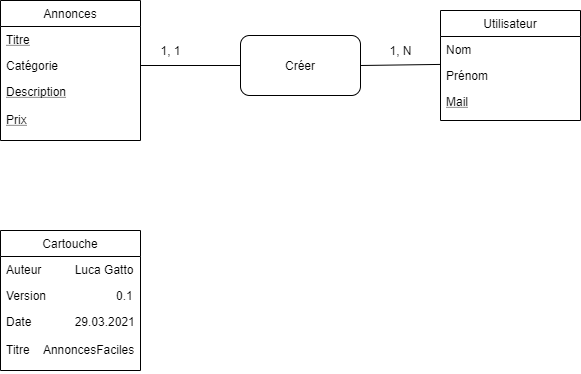
Earlier version of the draw.io export BSD/mcd annoncefaclie.png (Timrap/ProjetWeb_LGO_AGA_TRN). Source tidied: cells renumbered, new cells last; positions are measured from the earlier drawing's top-left corner, leaving out a move shared by most shapes. The source it was exported from:
```xml
<mxGraphModel>
  <root>
    <mxCell id="0" />
    <mxCell id="1" parent="0" />
    <mxCell id="2" value="Annonces" style="swimlane;fontStyle=0;horizontal=1;startSize=26;fillColor=none;" parent="1" vertex="1">
      <mxGeometry width="140" height="140" as="geometry" />
    </mxCell>
    <mxCell id="3" value="Titre" style="text;strokeColor=none;fillColor=none;align=left;verticalAlign=top;spacingLeft=4;spacingRight=4;overflow=hidden;fontStyle=4;" parent="2" vertex="1">
      <mxGeometry y="26" width="140" height="26" as="geometry" />
    </mxCell>
    <mxCell id="4" value="Catégorie" style="text;strokeColor=none;fillColor=none;align=left;verticalAlign=top;spacingLeft=4;spacingRight=4;overflow=hidden;points=[[0,0.5],[1,0.5]];portConstraint=eastwest;" parent="2" vertex="1">
      <mxGeometry y="52" width="140" height="26" as="geometry" />
    </mxCell>
    <mxCell id="5" value="Description&#10;&#10;Prix" style="text;strokeColor=none;fillColor=none;align=left;verticalAlign=top;spacingLeft=4;spacingRight=4;overflow=hidden;fontStyle=4;" parent="2" vertex="1">
      <mxGeometry y="78" width="140" height="62" as="geometry" />
    </mxCell>
    <mxCell id="6" value="Utilisateur" style="swimlane;fontStyle=0;horizontal=1;startSize=26;fillColor=none;" parent="1" vertex="1">
      <mxGeometry x="440" y="10" width="140" height="110" as="geometry" />
    </mxCell>
    <mxCell id="7" value="Nom" style="text;strokeColor=none;fillColor=none;align=left;verticalAlign=top;spacingLeft=4;spacingRight=4;overflow=hidden;points=[[0,0.5],[1,0.5]];portConstraint=eastwest;fontStyle=0;" parent="6" vertex="1">
      <mxGeometry y="26" width="140" height="26" as="geometry" />
    </mxCell>
    <mxCell id="8" value="Prénom" style="text;strokeColor=none;fillColor=none;align=left;verticalAlign=top;spacingLeft=4;spacingRight=4;overflow=hidden;" parent="6" vertex="1">
      <mxGeometry y="52" width="140" height="26" as="geometry" />
    </mxCell>
    <mxCell id="9" value="Mail&#10;&#10;" style="text;strokeColor=none;fillColor=none;align=left;verticalAlign=top;spacingLeft=4;spacingRight=4;overflow=hidden;fontStyle=4;" parent="6" vertex="1">
      <mxGeometry y="78" width="140" height="32" as="geometry" />
    </mxCell>
    <mxCell id="10" value="Créer" style="rounded=1;whiteSpace=wrap;html=1;" parent="1" vertex="1">
      <mxGeometry x="240" y="35" width="120" height="60" as="geometry" />
    </mxCell>
    <mxCell id="11" style="endArrow=none;html=1;entryX=1;entryY=0.5;entryDx=0;entryDy=0;exitX=0;exitY=0.5;exitDx=0;exitDy=0;" parent="1" edge="1" source="10" target="4">
      <mxGeometry relative="1" as="geometry" />
    </mxCell>
    <mxCell id="12" style="endArrow=none;html=1;entryX=1;entryY=0.5;entryDx=0;entryDy=0;exitX=0;exitY=1.074;exitDx=0;exitDy=0;exitPerimeter=0;" parent="1" edge="1" source="7" target="10">
      <mxGeometry relative="1" as="geometry" />
    </mxCell>
    <mxCell id="13" value="1, 1" style="text;html=1;align=center;verticalAlign=middle;" parent="1" vertex="1">
      <mxGeometry x="150" y="40" width="40" height="20" as="geometry" />
    </mxCell>
    <mxCell id="14" value="1, N" style="text;html=1;align=center;verticalAlign=middle;" parent="1" vertex="1">
      <mxGeometry x="380" y="40" width="40" height="20" as="geometry" />
    </mxCell>
    <mxCell id="15" value="Cartouche" style="swimlane;fontStyle=0;horizontal=1;startSize=26;fillColor=none;" parent="1" vertex="1">
      <mxGeometry y="230" width="140" height="140" as="geometry" />
    </mxCell>
    <mxCell id="16" value="Auteur          Luca Gatto" style="text;strokeColor=none;fillColor=none;align=left;verticalAlign=top;spacingLeft=4;spacingRight=4;overflow=hidden;fontStyle=0;" parent="15" vertex="1">
      <mxGeometry y="26" width="140" height="26" as="geometry" />
    </mxCell>
    <mxCell id="17" value="Version                     0.1" style="text;strokeColor=none;fillColor=none;align=left;verticalAlign=top;spacingLeft=4;spacingRight=4;overflow=hidden;" parent="15" vertex="1">
      <mxGeometry y="52" width="140" height="26" as="geometry" />
    </mxCell>
    <mxCell id="18" value="Date             29.03.2021&#10;&#10;Titre    AnnoncesFaciles" style="text;strokeColor=none;fillColor=none;align=left;verticalAlign=top;spacingLeft=4;spacingRight=4;overflow=hidden;fontStyle=0;" parent="15" vertex="1">
      <mxGeometry y="78" width="140" height="62" as="geometry" />
    </mxCell>
  </root>
</mxGraphModel>
```
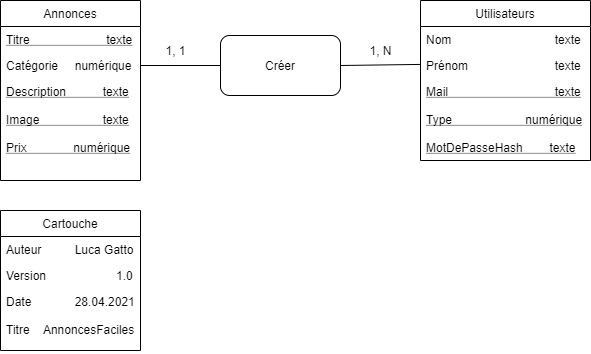
After the change.

Change to the diagram source:
```diff
@@ -3,55 +3,57 @@
     <mxCell id="0" />
     <mxCell id="1" parent="0" />
     <mxCell id="2" value="Annonces" style="swimlane;fontStyle=0;horizontal=1;startSize=26;fillColor=none;" parent="1" vertex="1">
-      <mxGeometry width="140" height="140" as="geometry" />
+      <mxGeometry x="20" width="140" height="180" as="geometry" />
     </mxCell>
-    <mxCell id="3" value="Titre" style="text;strokeColor=none;fillColor=none;align=left;verticalAlign=top;spacingLeft=4;spacingRight=4;overflow=hidden;fontStyle=4;" parent="2" vertex="1">
+    <mxCell id="3" value="Titre                       texte" style="text;strokeColor=none;fillColor=none;align=left;verticalAlign=top;spacingLeft=4;spacingRight=4;overflow=hidden;fontStyle=4;" parent="2" vertex="1">
       <mxGeometry y="26" width="140" height="26" as="geometry" />
     </mxCell>
-    <mxCell id="4" value="Catégorie" style="text;strokeColor=none;fillColor=none;align=left;verticalAlign=top;spacingLeft=4;spacingRight=4;overflow=hidden;points=[[0,0.5],[1,0.5]];portConstraint=eastwest;" parent="2" vertex="1">
+    <mxCell id="4" value="Catégorie     numérique" style="text;strokeColor=none;fillColor=none;align=left;verticalAlign=top;spacingLeft=4;spacingRight=4;overflow=hidden;points=[[0,0.5],[1,0.5]];portConstraint=eastwest;" parent="2" vertex="1">
       <mxGeometry y="52" width="140" height="26" as="geometry" />
     </mxCell>
-    <mxCell id="5" value="Description&#10;&#10;Prix" style="text;strokeColor=none;fillColor=none;align=left;verticalAlign=top;spacingLeft=4;spacingRight=4;overflow=hidden;fontStyle=4;" parent="2" vertex="1">
-      <mxGeometry y="78" width="140" height="62" as="geometry" />
+    <mxCell id="5" value="Description           texte&#10;&#10;Image                   texte&#10;&#10;Prix              numérique" style="text;strokeColor=none;fillColor=none;align=left;verticalAlign=top;spacingLeft=4;spacingRight=4;overflow=hidden;fontStyle=4;" parent="2" vertex="1">
+      <mxGeometry y="78" width="140" height="102" as="geometry" />
     </mxCell>
-    <mxCell id="6" value="Utilisateur" style="swimlane;fontStyle=0;horizontal=1;startSize=26;fillColor=none;" parent="1" vertex="1">
-      <mxGeometry x="440" y="10" width="140" height="110" as="geometry" />
-    </mxCell>
-    <mxCell id="7" value="Nom" style="text;strokeColor=none;fillColor=none;align=left;verticalAlign=top;spacingLeft=4;spacingRight=4;overflow=hidden;points=[[0,0.5],[1,0.5]];portConstraint=eastwest;fontStyle=0;" parent="6" vertex="1">
-      <mxGeometry y="26" width="140" height="26" as="geometry" />
-    </mxCell>
-    <mxCell id="8" value="Prénom" style="text;strokeColor=none;fillColor=none;align=left;verticalAlign=top;spacingLeft=4;spacingRight=4;overflow=hidden;" parent="6" vertex="1">
-      <mxGeometry y="52" width="140" height="26" as="geometry" />
-    </mxCell>
-    <mxCell id="9" value="Mail&#10;&#10;" style="text;strokeColor=none;fillColor=none;align=left;verticalAlign=top;spacingLeft=4;spacingRight=4;overflow=hidden;fontStyle=4;" parent="6" vertex="1">
-      <mxGeometry y="78" width="140" height="32" as="geometry" />
-    </mxCell>
     <mxCell id="10" value="Créer" style="rounded=1;whiteSpace=wrap;html=1;" parent="1" vertex="1">
       <mxGeometry x="240" y="35" width="120" height="60" as="geometry" />
     </mxCell>
     <mxCell id="11" style="endArrow=none;html=1;entryX=1;entryY=0.5;entryDx=0;entryDy=0;exitX=0;exitY=0.5;exitDx=0;exitDy=0;" parent="1" edge="1" source="10" target="4">
       <mxGeometry relative="1" as="geometry" />
     </mxCell>
-    <mxCell id="12" style="endArrow=none;html=1;entryX=1;entryY=0.5;entryDx=0;entryDy=0;exitX=0;exitY=1.074;exitDx=0;exitDy=0;exitPerimeter=0;" parent="1" edge="1" source="7" target="10">
-      <mxGeometry relative="1" as="geometry" />
+    <mxCell id="12" style="endArrow=none;html=1;entryX=1;entryY=0.5;entryDx=0;entryDy=0;exitX=0;exitY=1.074;exitDx=0;exitDy=0;exitPerimeter=0;" parent="1" edge="1" target="10">
+      <mxGeometry relative="1" as="geometry">
+        <mxPoint x="440" y="63.9" as="sourcePoint" />
+      </mxGeometry>
     </mxCell>
     <mxCell id="13" value="1, 1" style="text;html=1;align=center;verticalAlign=middle;" parent="1" vertex="1">
-      <mxGeometry x="150" y="40" width="40" height="20" as="geometry" />
+      <mxGeometry x="175" y="40" width="40" height="20" as="geometry" />
     </mxCell>
     <mxCell id="14" value="1, N" style="text;html=1;align=center;verticalAlign=middle;" parent="1" vertex="1">
       <mxGeometry x="380" y="40" width="40" height="20" as="geometry" />
     </mxCell>
     <mxCell id="15" value="Cartouche" style="swimlane;fontStyle=0;horizontal=1;startSize=26;fillColor=none;" parent="1" vertex="1">
-      <mxGeometry y="230" width="140" height="140" as="geometry" />
+      <mxGeometry x="20" y="210" width="140" height="140" as="geometry" />
     </mxCell>
     <mxCell id="16" value="Auteur          Luca Gatto" style="text;strokeColor=none;fillColor=none;align=left;verticalAlign=top;spacingLeft=4;spacingRight=4;overflow=hidden;fontStyle=0;" parent="15" vertex="1">
       <mxGeometry y="26" width="140" height="26" as="geometry" />
     </mxCell>
-    <mxCell id="17" value="Version                     0.1" style="text;strokeColor=none;fillColor=none;align=left;verticalAlign=top;spacingLeft=4;spacingRight=4;overflow=hidden;" parent="15" vertex="1">
+    <mxCell id="17" value="Version                     1.0" style="text;strokeColor=none;fillColor=none;align=left;verticalAlign=top;spacingLeft=4;spacingRight=4;overflow=hidden;" parent="15" vertex="1">
       <mxGeometry y="52" width="140" height="26" as="geometry" />
     </mxCell>
-    <mxCell id="18" value="Date             29.03.2021&#10;&#10;Titre    AnnoncesFaciles" style="text;strokeColor=none;fillColor=none;align=left;verticalAlign=top;spacingLeft=4;spacingRight=4;overflow=hidden;fontStyle=0;" parent="15" vertex="1">
+    <mxCell id="18" value="Date             28.04.2021&#10;&#10;Titre    AnnoncesFaciles" style="text;strokeColor=none;fillColor=none;align=left;verticalAlign=top;spacingLeft=4;spacingRight=4;overflow=hidden;fontStyle=0;" parent="15" vertex="1">
       <mxGeometry y="78" width="140" height="62" as="geometry" />
     </mxCell>
+    <mxCell id="19" value="Utilisateurs" style="swimlane;fontStyle=0;horizontal=1;startSize=26;fillColor=none;" parent="1" vertex="1">
+      <mxGeometry x="440" width="170" height="160" as="geometry" />
+    </mxCell>
+    <mxCell id="20" value="Nom                               texte" style="text;strokeColor=none;fillColor=none;align=left;verticalAlign=top;spacingLeft=4;spacingRight=4;overflow=hidden;fontStyle=0;" parent="19" vertex="1">
+      <mxGeometry y="26" width="170" height="26" as="geometry" />
+    </mxCell>
+    <mxCell id="21" value="Prénom                          texte" style="text;strokeColor=none;fillColor=none;align=left;verticalAlign=top;spacingLeft=4;spacingRight=4;overflow=hidden;" parent="19" vertex="1">
+      <mxGeometry y="52" width="170" height="26" as="geometry" />
+    </mxCell>
+    <mxCell id="22" value="Mail                                texte&#10;&#10;Type                      numérique&#10;&#10;MotDePasseHash        texte" style="text;strokeColor=none;fillColor=none;align=left;verticalAlign=top;spacingLeft=4;spacingRight=4;overflow=hidden;fontStyle=4;" parent="19" vertex="1">
+      <mxGeometry y="78" width="170" height="82" as="geometry" />
+    </mxCell>
   </root>
 </mxGraphModel>
```
